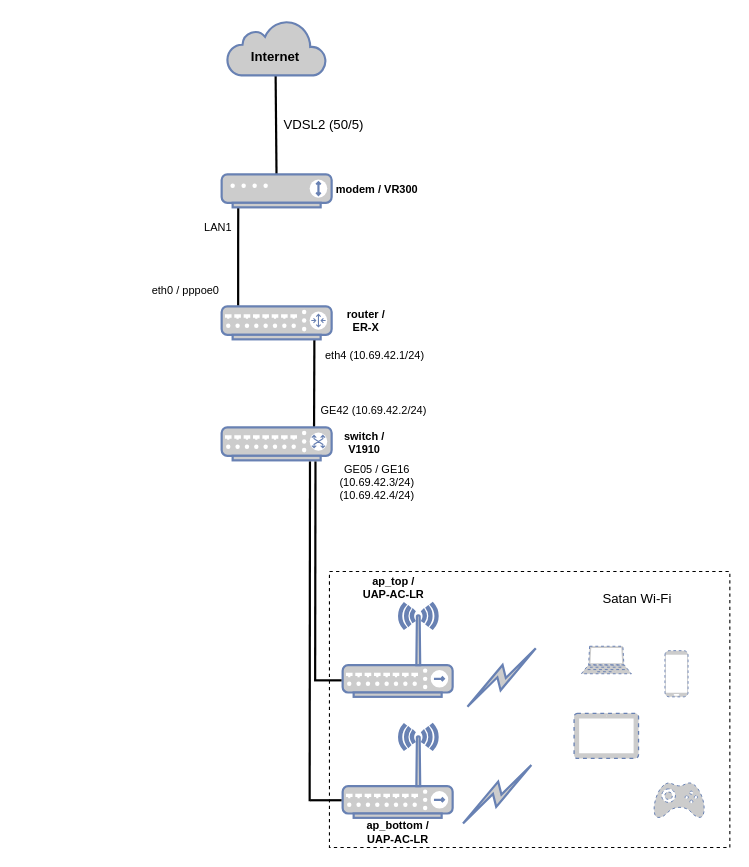
The draw.io diagram Untitled Diagram.drawio in Hipuranyhou/cuddly-octo-lamp, before the edit. Source tidied: cells renumbered, new cells numbered last; positions are measured from the earlier drawing's top-left corner, leaving out a move shared by most shapes. Both pictures are drawn from the tidied source at 110%, with x=0, y=0 at pixel (128, 20).
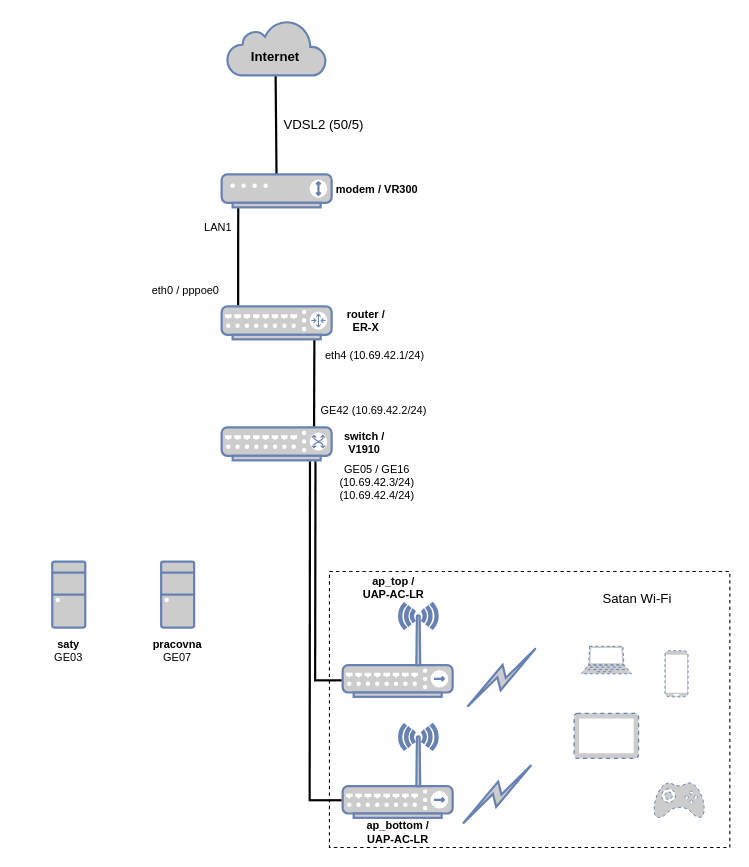
After the change.

Commit message:
Added ports of PCs

Diff of the diagram source:
```diff
@@
+    <mxCell id="35" style="fontColor=#0066CC;verticalAlign=top;verticalLabelPosition=bottom;labelPosition=center;align=center;html=1;fillColor=#CCCCCC;strokeColor=#6881B3;gradientColor=none;gradientDirection=north;strokeWidth=2;shape=mxgraph.networks.desktop_pc;" parent="1" vertex="1">
+      <mxGeometry x="-69" y="492" width="30" height="60" as="geometry" />
+    </mxCell>
+    <mxCell id="36" style="fontColor=#0066CC;verticalAlign=top;verticalLabelPosition=bottom;labelPosition=center;align=center;html=1;fillColor=#CCCCCC;strokeColor=#6881B3;gradientColor=none;gradientDirection=north;strokeWidth=2;shape=mxgraph.networks.desktop_pc;" parent="1" vertex="1">
+      <mxGeometry x="30" y="492" width="30" height="60" as="geometry" />
+    </mxCell>
+    <mxCell id="37" value="&lt;div&gt;saty &lt;br&gt;&lt;/div&gt;&lt;div&gt;&lt;span style=&quot;font-weight: normal&quot;&gt;GE03&lt;/span&gt;&lt;br&gt;&lt;/div&gt;" style="text;html=1;strokeColor=none;fillColor=none;align=center;verticalAlign=middle;whiteSpace=wrap;rounded=0;labelBackgroundColor=#ffffff;fontSize=10;fontColor=#000000;fontStyle=1;" parent="1" vertex="1">
+      <mxGeometry x="-99" y="562.5" width="90" height="20" as="geometry" />
+    </mxCell>
+    <mxCell id="38" value="&lt;div&gt;pracovna&lt;/div&gt;&lt;span style=&quot;font-weight: normal&quot;&gt;GE07&lt;/span&gt;" style="text;html=1;strokeColor=none;fillColor=none;align=center;verticalAlign=middle;whiteSpace=wrap;rounded=0;labelBackgroundColor=#ffffff;fontSize=10;fontColor=#000000;fontStyle=1;" parent="1" vertex="1">
+      <mxGeometry y="562.5" width="90" height="20" as="geometry" />
+    </mxCell>
```
